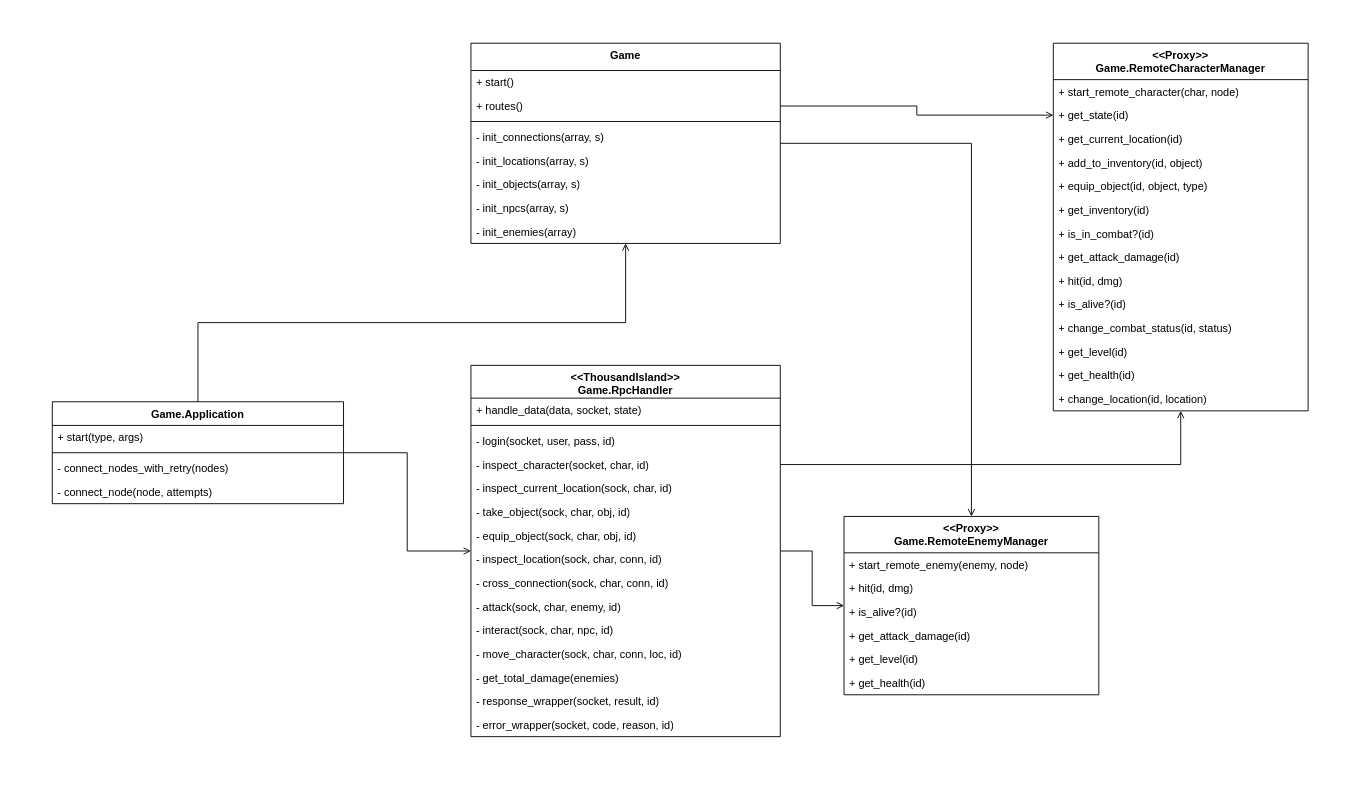
Earlier version of the draw.io diagram document/tex_files/mainmatter/chapter_5/images/design_game/diseno_juego.drawio (ThAlsay/Hephaestus). Source tidied: cells renumbered, new cells numbered last; positions are measured from the earlier drawing's top-left corner, leaving out a move shared by most shapes. Both pictures are drawn from the tidied source at 91%, with x=0, y=0 at pixel (52, 43).
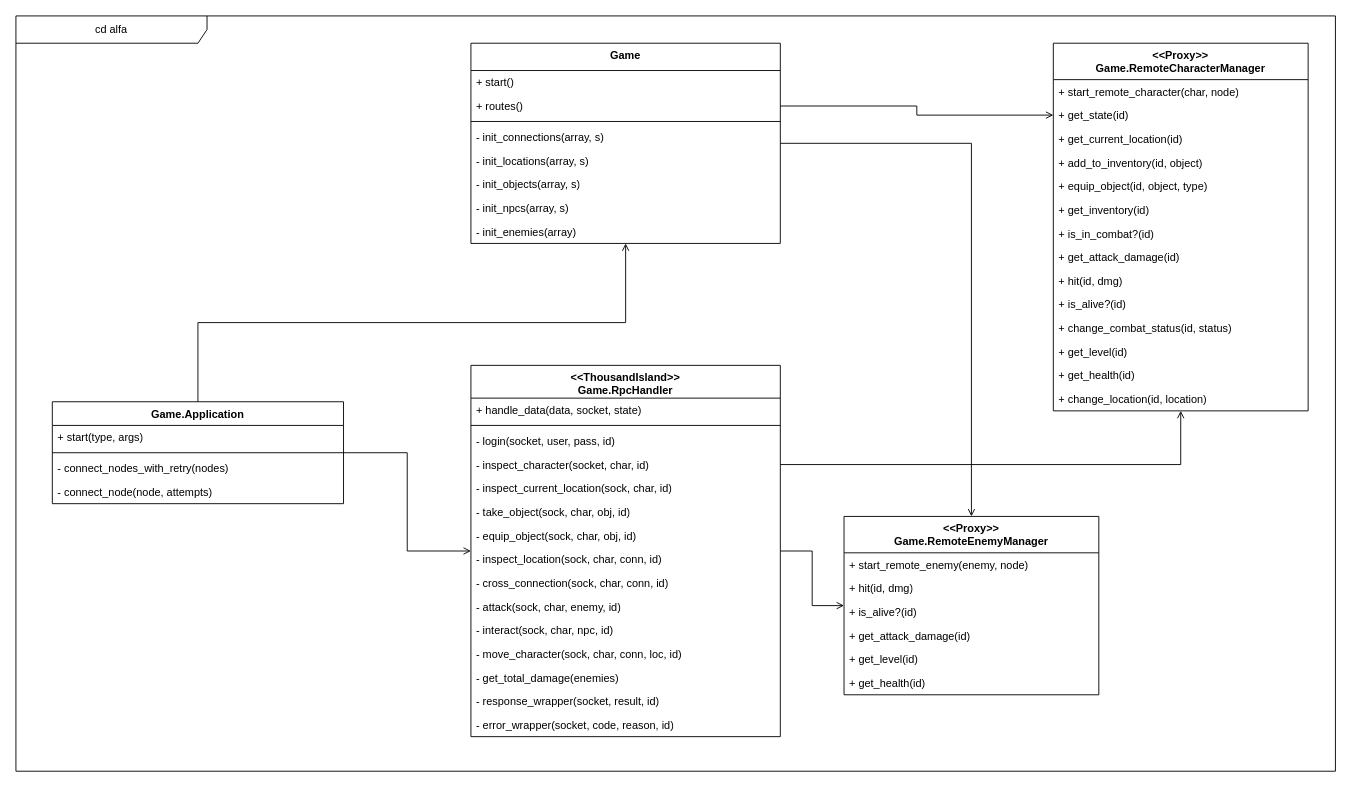
The same page after the edit.

The edit, as a diff of the source:
```diff
@@
+    <mxCell id="60" value="cd alfa" style="shape=umlFrame;whiteSpace=wrap;html=1;width=210;height=30;" parent="1" vertex="1">
+      <mxGeometry x="-40" y="-30" width="1450" height="830" as="geometry" />
+    </mxCell>
```
